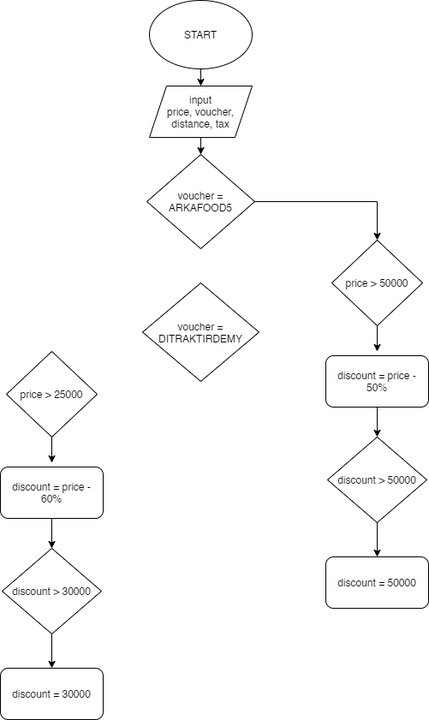
Above: flowchart/arkFood flowchard.png in f-chilmi/express-backend (draw.io), before the change. Source tidied: cells renumbered, new cells last; positions are measured from the earlier drawing's top-left corner, leaving out a move shared by most shapes.
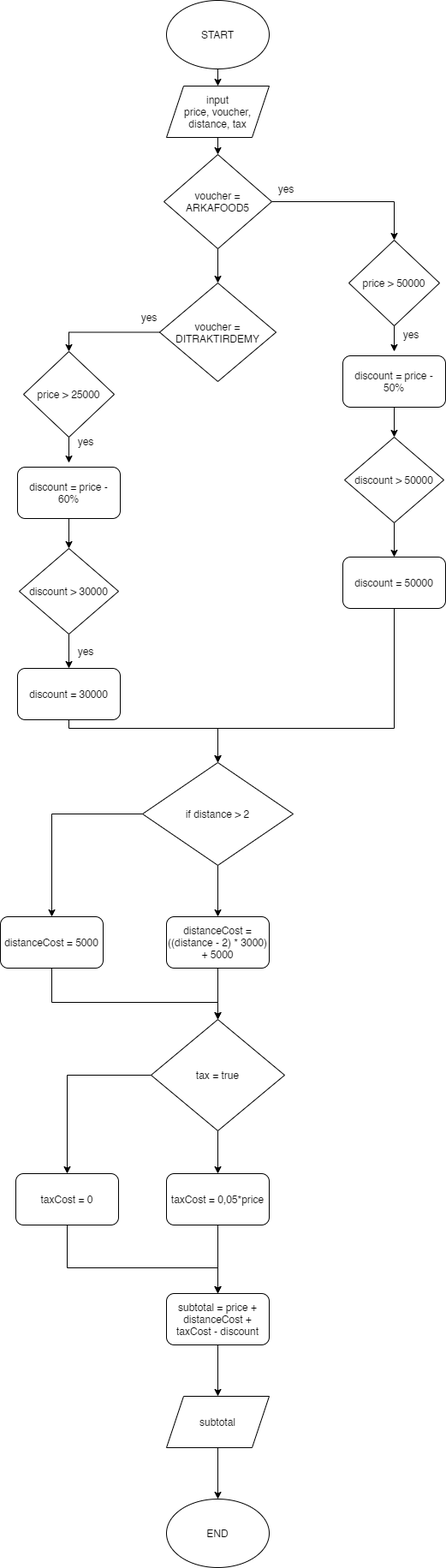
The same diagram one commit later.

The edit, as a diff of the source:
```diff
@@ -17,6 +17,9 @@
     <mxCell id="6" style="edgeStyle=orthogonalEdgeStyle;rounded=0;jettySize=auto;html=1;entryX=0.5;entryY=0;entryDx=0;entryDy=0;" parent="1" edge="1" source="7" target="9">
       <mxGeometry relative="1" as="geometry" />
     </mxCell>
+    <mxCell id="23" style="edgeStyle=orthogonalEdgeStyle;rounded=0;jettySize=auto;html=1;exitX=0.5;exitY=1;exitDx=0;exitDy=0;entryX=0.5;entryY=0;entryDx=0;entryDy=0;" parent="1" edge="1" source="7" target="15">
+      <mxGeometry relative="1" as="geometry" />
+    </mxCell>
     <mxCell id="7" value="voucher = ARKAFOOD5" style="rhombus;whiteSpace=wrap;html=1;" parent="1" vertex="1">
       <mxGeometry x="171" y="180" width="126" height="110" as="geometry" />
     </mxCell>
@@ -40,9 +43,20 @@
     <mxCell id="13" value="discount &amp;gt; 50000" style="rhombus;whiteSpace=wrap;html=1;" parent="1" vertex="1">
       <mxGeometry x="382" y="510" width="116" height="100" as="geometry" />
     </mxCell>
+    <mxCell id="24" style="edgeStyle=orthogonalEdgeStyle;rounded=0;jettySize=auto;html=1;exitX=0.5;exitY=1;exitDx=0;exitDy=0;entryX=0.5;entryY=0;entryDx=0;entryDy=0;" parent="1" edge="1" source="14" target="34">
+      <mxGeometry relative="1" as="geometry">
+        <Array as="points">
+          <mxPoint x="440" y="850" />
+          <mxPoint x="234" y="850" />
+        </Array>
+      </mxGeometry>
+    </mxCell>
     <mxCell id="14" value="discount = 50000" style="rounded=1;whiteSpace=wrap;html=1;" parent="1" vertex="1">
       <mxGeometry x="380" y="650" width="120" height="60" as="geometry" />
     </mxCell>
+    <mxCell id="25" style="edgeStyle=orthogonalEdgeStyle;rounded=0;jettySize=auto;html=1;exitX=0;exitY=0.5;exitDx=0;exitDy=0;entryX=0.5;entryY=0;entryDx=0;entryDy=0;" parent="1" edge="1" source="15" target="17">
+      <mxGeometry relative="1" as="geometry" />
+    </mxCell>
     <mxCell id="15" value="voucher = DITRAKTIRDEMY" style="rhombus;whiteSpace=wrap;html=1;" parent="1" vertex="1">
       <mxGeometry x="166" y="330" width="136" height="115" as="geometry" />
     </mxCell>
@@ -66,8 +80,100 @@
     <mxCell id="21" value="discount &amp;gt; 30000" style="rhombus;whiteSpace=wrap;html=1;" parent="1" vertex="1">
       <mxGeometry x="2" y="640" width="116" height="100" as="geometry" />
     </mxCell>
+    <mxCell id="26" style="edgeStyle=orthogonalEdgeStyle;rounded=0;jettySize=auto;html=1;exitX=0.5;exitY=1;exitDx=0;exitDy=0;entryX=0.5;entryY=0;entryDx=0;entryDy=0;" parent="1" edge="1" source="22" target="34">
+      <mxGeometry relative="1" as="geometry">
+        <Array as="points">
+          <mxPoint x="60" y="850" />
+          <mxPoint x="234" y="850" />
+        </Array>
+      </mxGeometry>
+    </mxCell>
     <mxCell id="22" value="discount = 30000" style="rounded=1;whiteSpace=wrap;html=1;" parent="1" vertex="1">
       <mxGeometry y="780" width="120" height="60" as="geometry" />
     </mxCell>
+    <mxCell id="27" value="yes" style="text;html=1;strokeColor=none;fillColor=none;align=center;verticalAlign=middle;whiteSpace=wrap;rounded=0;" parent="1" vertex="1">
+      <mxGeometry x="294" y="210" width="40" height="20" as="geometry" />
+    </mxCell>
+    <mxCell id="28" value="yes" style="text;html=1;strokeColor=none;fillColor=none;align=center;verticalAlign=middle;whiteSpace=wrap;rounded=0;" parent="1" vertex="1">
+      <mxGeometry x="440" y="380" width="40" height="20" as="geometry" />
+    </mxCell>
+    <mxCell id="29" value="yes" style="text;html=1;strokeColor=none;fillColor=none;align=center;verticalAlign=middle;whiteSpace=wrap;rounded=0;" parent="1" vertex="1">
+      <mxGeometry x="134" y="360" width="40" height="20" as="geometry" />
+    </mxCell>
+    <mxCell id="30" value="yes" style="text;html=1;strokeColor=none;fillColor=none;align=center;verticalAlign=middle;whiteSpace=wrap;rounded=0;" parent="1" vertex="1">
+      <mxGeometry x="60" y="505" width="40" height="20" as="geometry" />
+    </mxCell>
+    <mxCell id="31" value="yes" style="text;html=1;strokeColor=none;fillColor=none;align=center;verticalAlign=middle;whiteSpace=wrap;rounded=0;" parent="1" vertex="1">
+      <mxGeometry x="60" y="750" width="40" height="20" as="geometry" />
+    </mxCell>
+    <mxCell id="32" style="edgeStyle=orthogonalEdgeStyle;rounded=0;jettySize=auto;html=1;" parent="1" edge="1" source="34" target="36">
+      <mxGeometry relative="1" as="geometry" />
+    </mxCell>
+    <mxCell id="33" style="edgeStyle=orthogonalEdgeStyle;rounded=0;jettySize=auto;html=1;entryX=0.5;entryY=0;entryDx=0;entryDy=0;" parent="1" edge="1" source="34" target="38">
+      <mxGeometry relative="1" as="geometry" />
+    </mxCell>
+    <mxCell id="34" value="if distance &amp;gt; 2" style="rhombus;whiteSpace=wrap;html=1;" parent="1" vertex="1">
+      <mxGeometry x="146" y="890" width="176" height="120" as="geometry" />
+    </mxCell>
+    <mxCell id="35" style="edgeStyle=orthogonalEdgeStyle;rounded=0;jettySize=auto;html=1;entryX=0.5;entryY=0;entryDx=0;entryDy=0;" parent="1" edge="1" source="36" target="41">
+      <mxGeometry relative="1" as="geometry" />
+    </mxCell>
+    <mxCell id="36" value="distanceCost = ((distance - 2) * 3000) + 5000" style="rounded=1;whiteSpace=wrap;html=1;" parent="1" vertex="1">
+      <mxGeometry x="174" y="1070" width="120" height="60" as="geometry" />
+    </mxCell>
+    <mxCell id="37" style="edgeStyle=orthogonalEdgeStyle;rounded=0;jettySize=auto;html=1;entryX=0.5;entryY=0;entryDx=0;entryDy=0;" parent="1" edge="1" source="38" target="41">
+      <mxGeometry relative="1" as="geometry">
+        <Array as="points">
+          <mxPoint x="40" y="1170" />
+          <mxPoint x="234" y="1170" />
+        </Array>
+      </mxGeometry>
+    </mxCell>
+    <mxCell id="38" value="distanceCost = 5000" style="rounded=1;whiteSpace=wrap;html=1;" parent="1" vertex="1">
+      <mxGeometry x="-20" y="1070" width="120" height="60" as="geometry" />
+    </mxCell>
+    <mxCell id="39" style="edgeStyle=orthogonalEdgeStyle;rounded=0;jettySize=auto;html=1;" parent="1" edge="1" source="41" target="45">
+      <mxGeometry relative="1" as="geometry" />
+    </mxCell>
+    <mxCell id="40" style="edgeStyle=orthogonalEdgeStyle;rounded=0;jettySize=auto;html=1;exitX=0.5;exitY=1;exitDx=0;exitDy=0;entryX=0.5;entryY=0;entryDx=0;entryDy=0;" parent="1" edge="1" source="41" target="43">
+      <mxGeometry relative="1" as="geometry" />
+    </mxCell>
+    <mxCell id="41" value="tax = true" style="rhombus;whiteSpace=wrap;html=1;" parent="1" vertex="1">
+      <mxGeometry x="156" y="1190" width="156" height="130" as="geometry" />
+    </mxCell>
+    <mxCell id="42" style="edgeStyle=orthogonalEdgeStyle;rounded=0;jettySize=auto;html=1;" parent="1" edge="1" source="43">
+      <mxGeometry relative="1" as="geometry">
+        <mxPoint x="234" y="1510" as="targetPoint" />
+      </mxGeometry>
+    </mxCell>
+    <mxCell id="43" value="taxCost = 0,05*price" style="rounded=1;whiteSpace=wrap;html=1;" parent="1" vertex="1">
+      <mxGeometry x="174" y="1370" width="120" height="60" as="geometry" />
+    </mxCell>
+    <mxCell id="44" style="edgeStyle=orthogonalEdgeStyle;rounded=0;jettySize=auto;html=1;entryX=0.5;entryY=0;entryDx=0;entryDy=0;" parent="1" edge="1" source="45" target="47">
+      <mxGeometry relative="1" as="geometry">
+        <Array as="points">
+          <mxPoint x="58" y="1480" />
+          <mxPoint x="234" y="1480" />
+        </Array>
+      </mxGeometry>
+    </mxCell>
+    <mxCell id="45" value="taxCost = 0" style="rounded=1;whiteSpace=wrap;html=1;" parent="1" vertex="1">
+      <mxGeometry x="-2" y="1370" width="120" height="60" as="geometry" />
+    </mxCell>
+    <mxCell id="46" style="edgeStyle=orthogonalEdgeStyle;rounded=0;jettySize=auto;html=1;" parent="1" edge="1" source="47" target="49">
+      <mxGeometry relative="1" as="geometry" />
+    </mxCell>
+    <mxCell id="47" value="subtotal = price + distanceCost + taxCost - discount" style="rounded=1;whiteSpace=wrap;html=1;" parent="1" vertex="1">
+      <mxGeometry x="174" y="1510" width="120" height="60" as="geometry" />
+    </mxCell>
+    <mxCell id="48" style="edgeStyle=orthogonalEdgeStyle;rounded=0;jettySize=auto;html=1;" parent="1" edge="1" source="49" target="50">
+      <mxGeometry relative="1" as="geometry" />
+    </mxCell>
+    <mxCell id="49" value="subtotal" style="shape=parallelogram;perimeter=parallelogramPerimeter;whiteSpace=wrap;html=1;fixedSize=1;" parent="1" vertex="1">
+      <mxGeometry x="174" y="1630" width="120" height="60" as="geometry" />
+    </mxCell>
+    <mxCell id="50" value="END" style="ellipse;whiteSpace=wrap;html=1;" parent="1" vertex="1">
+      <mxGeometry x="174" y="1750" width="120" height="80" as="geometry" />
+    </mxCell>
   </root>
 </mxGraphModel>
```
